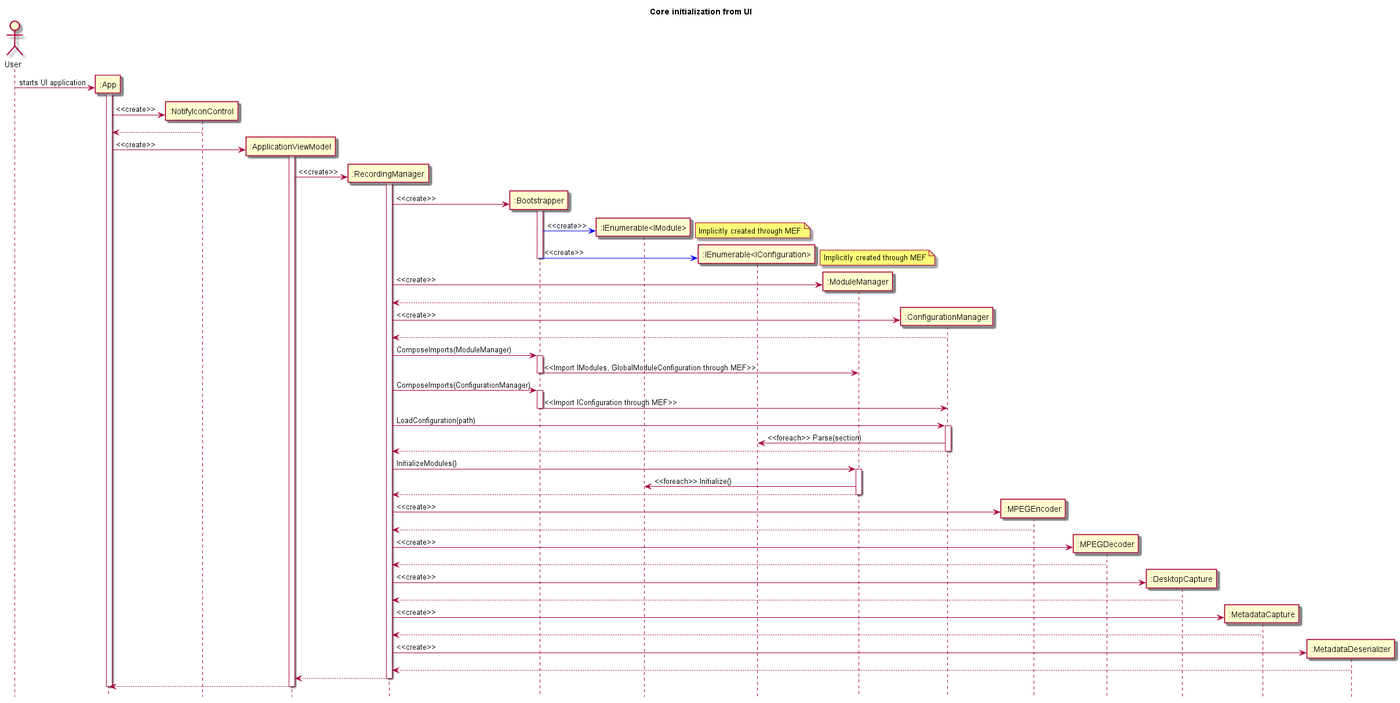
Before: documents/sd/resources/DynamicDiagrams/InitCore.png, a diagram exported from PlantUML (insightmind/MORR).
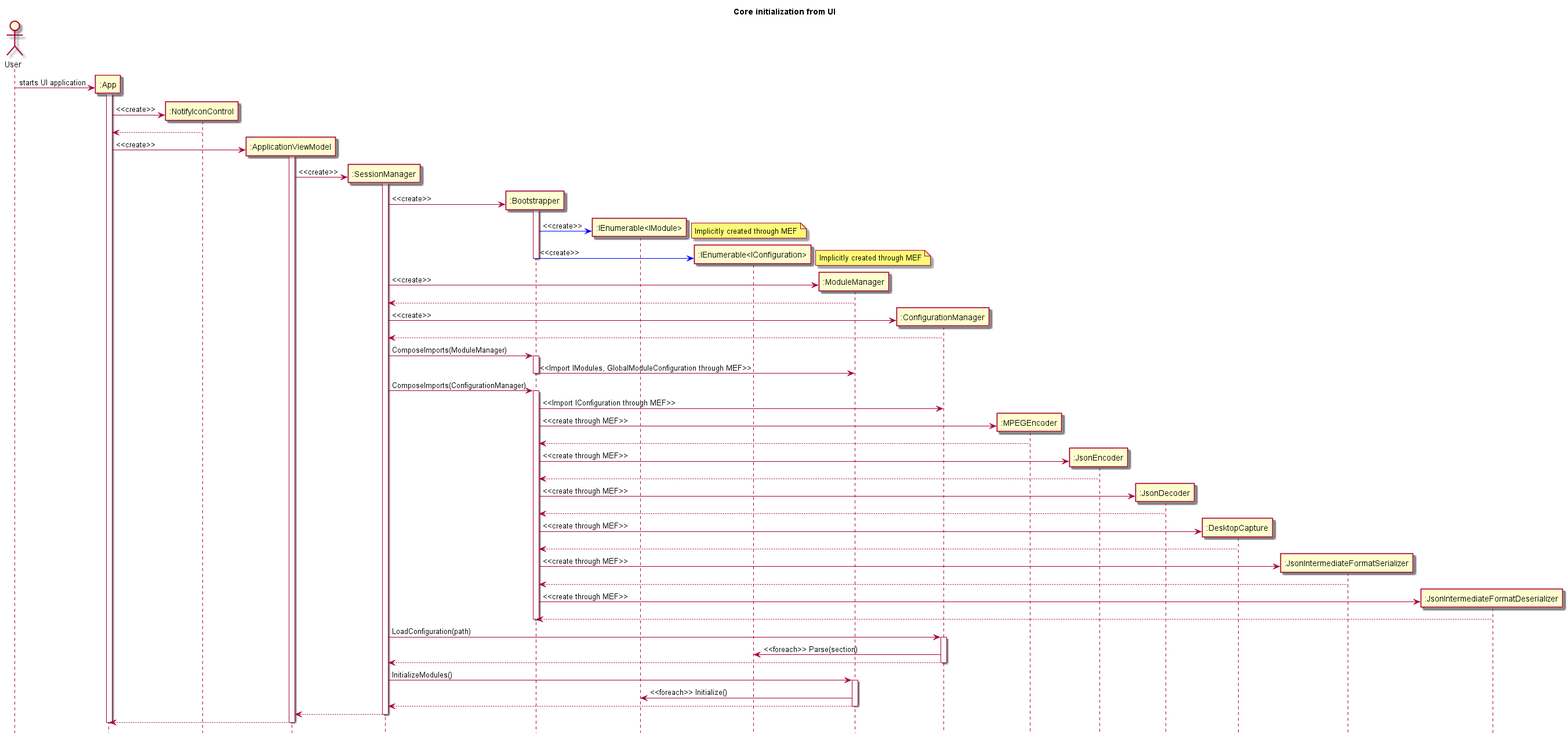
After the change.

Commit message:
Update dynamic diagrams for Core

Diff of the diagram source:
```diff
@@ -11,11 +11,11 @@
 create ":ApplicationViewModel" as ApplicationViewModel
 UIApp -> ApplicationViewModel : <<create>>
 activate ApplicationViewModel
-create ":RecordingManager" as RecordingManager
-ApplicationViewModel -> RecordingManager : <<create>>
-activate RecordingManager
+create ":SessionManager" as SessionManager
+ApplicationViewModel -> SessionManager : <<create>>
+activate SessionManager
 create ":Bootstrapper" as Bootstrapper
-RecordingManager -> Bootstrapper : <<create>>
+SessionManager -> Bootstrapper : <<create>>
 activate Bootstrapper
 create ":IEnumerable<IModule>" as IModulesImport
 Bootstrapper [#blue]-> IModulesImport : <<create>>
@@ -29,50 +29,55 @@
 end note
 deactivate Bootstrapper
 create ":ModuleManager" as ModuleManager
-RecordingManager -> ModuleManager : <<create>>
-RecordingManager <-- ModuleManager
+SessionManager -> ModuleManager : <<create>>
+SessionManager <-- ModuleManager
 create ":ConfigurationManager" as ConfigurationManager
-RecordingManager -> ConfigurationManager : <<create>>
-RecordingManager <-- ConfigurationManager
+SessionManager -> ConfigurationManager : <<create>>
+SessionManager <-- ConfigurationManager
 
-RecordingManager -> Bootstrapper : ComposeImports(ModuleManager)
+SessionManager -> Bootstrapper : ComposeImports(ModuleManager)
 activate Bootstrapper
 Bootstrapper -> ModuleManager : <<Import IModules, GlobalModuleConfiguration through MEF>>
 deactivate Bootstrapper
-RecordingManager -> Bootstrapper : ComposeImports(ConfigurationManager)
+SessionManager -> Bootstrapper : ComposeImports(ConfigurationManager)
 activate Bootstrapper
 Bootstrapper -> ConfigurationManager : <<Import IConfiguration through MEF>>
+
+create ":MPEGEncoder" as MPEGEncoder
+Bootstrapper -> MPEGEncoder : <<create through MEF>>
+Bootstrapper <-- MPEGEncoder
+create ":JsonEncoder" as JsonEncoder
+Bootstrapper -> JsonEncoder : <<create through MEF>>
+Bootstrapper <-- JsonEncoder
+create ":JsonDecoder" as JsonDecoder
+Bootstrapper -> JsonDecoder : <<create through MEF>>
+Bootstrapper <-- JsonDecoder
+create ":DesktopCapture" as DesktopCapture
+Bootstrapper -> DesktopCapture : <<create through MEF>>
+Bootstrapper <-- DesktopCapture
+create ":JsonIntermediateFormatSerializer" as JsonIntermediateFormatSerializer
+Bootstrapper -> JsonIntermediateFormatSerializer : <<create through MEF>>
+Bootstrapper <-- JsonIntermediateFormatSerializer
+create ":JsonIntermediateFormatDeserializer" as JsonIntermediateFormatDeserializer
+Bootstrapper -> JsonIntermediateFormatDeserializer : <<create through MEF>>
+Bootstrapper <-- JsonIntermediateFormatDeserializer
+
 deactivate Bootstrapper
 
-RecordingManager -> ConfigurationManager : LoadConfiguration(path)
+SessionManager -> ConfigurationManager : LoadConfiguration(path)
 activate ConfigurationManager
 ConfigurationManager -> IConfigurationsImport : <<foreach>> Parse(section)
-RecordingManager <-- ConfigurationManager
+SessionManager <-- ConfigurationManager
 deactivate ConfigurationManager
 
-RecordingManager -> ModuleManager : InitializeModules()
+SessionManager -> ModuleManager : InitializeModules()
 activate ModuleManager
 ModuleManager -> IModulesImport : <<foreach>> Initialize()
-RecordingManager <-- ModuleManager
+SessionManager <-- ModuleManager
 deactivate ModuleManager
 
-create ":MPEGEncoder" as MPEGEncoder
-RecordingManager -> MPEGEncoder : <<create>>
-RecordingManager <-- MPEGEncoder
-create ":MPEGDecoder" as MPEGDecoder
-RecordingManager -> MPEGDecoder : <<create>>
-RecordingManager <-- MPEGDecoder
-create ":DesktopCapture" as DesktopCapture
-RecordingManager -> DesktopCapture : <<create>>
-RecordingManager <-- DesktopCapture
-create ":MetadataCapture" as MetadataCapture
-RecordingManager -> MetadataCapture : <<create>>
-RecordingManager <-- MetadataCapture
-create ":MetadataDeserializer" as MetadataDeserializer
-RecordingManager -> MetadataDeserializer : <<create>>
-RecordingManager <-- MetadataDeserializer
-ApplicationViewModel <-- RecordingManager
-deactivate RecordingManager
+ApplicationViewModel <-- SessionManager
+deactivate SessionManager
 UIApp <-- ApplicationViewModel
 deactivate ApplicationViewModel
 deactivate UIApp
```
